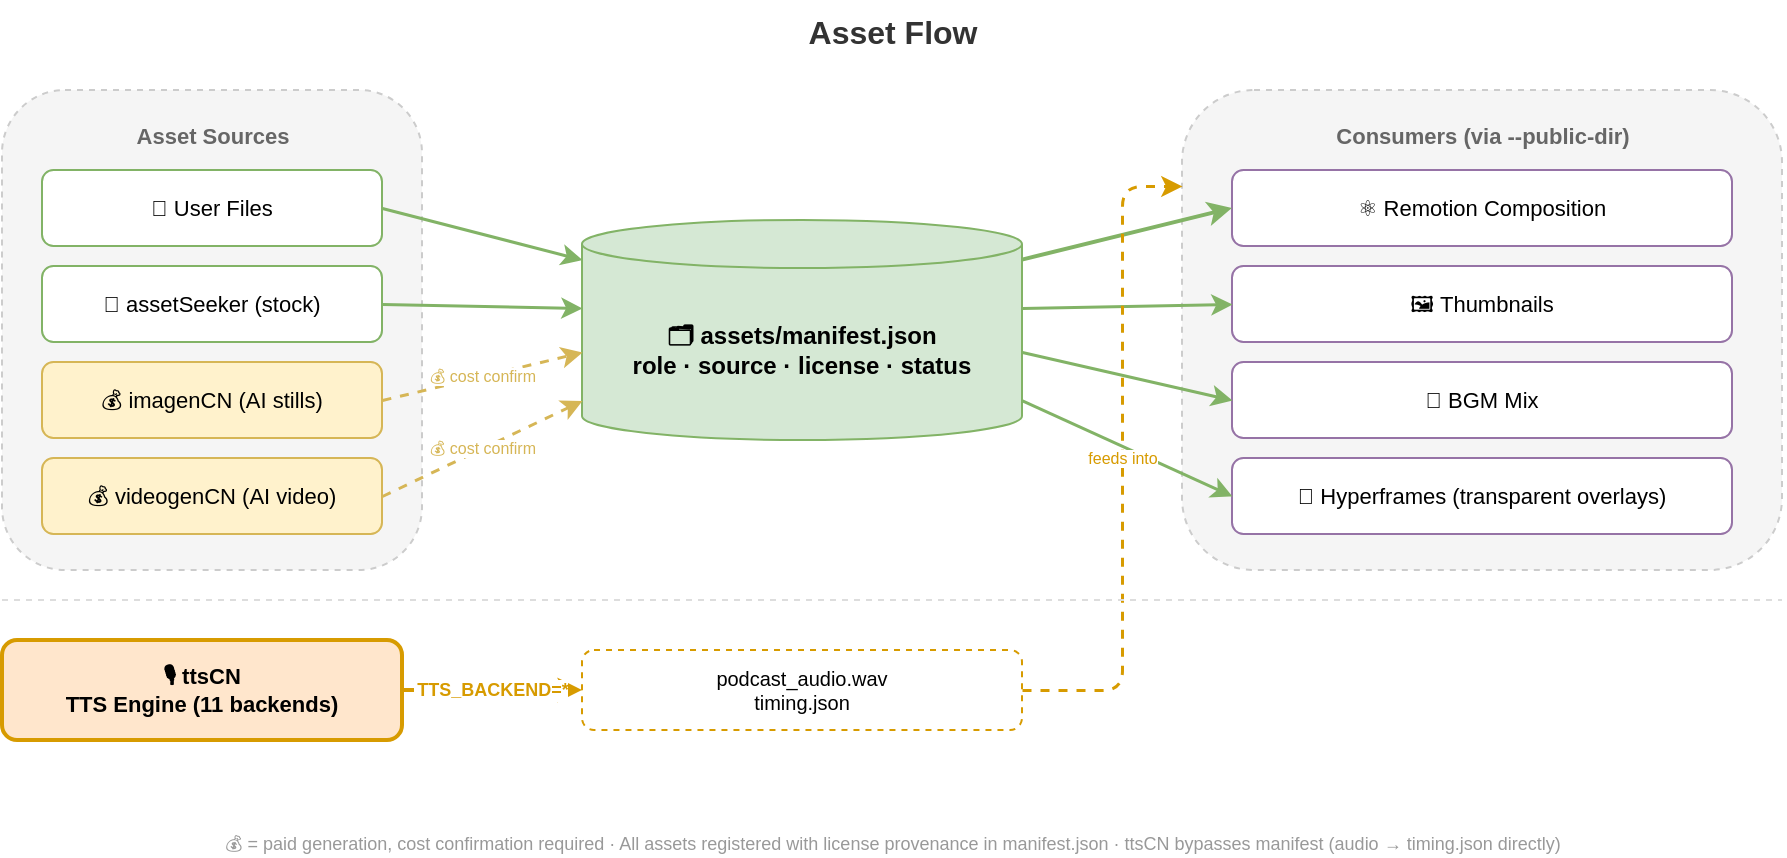
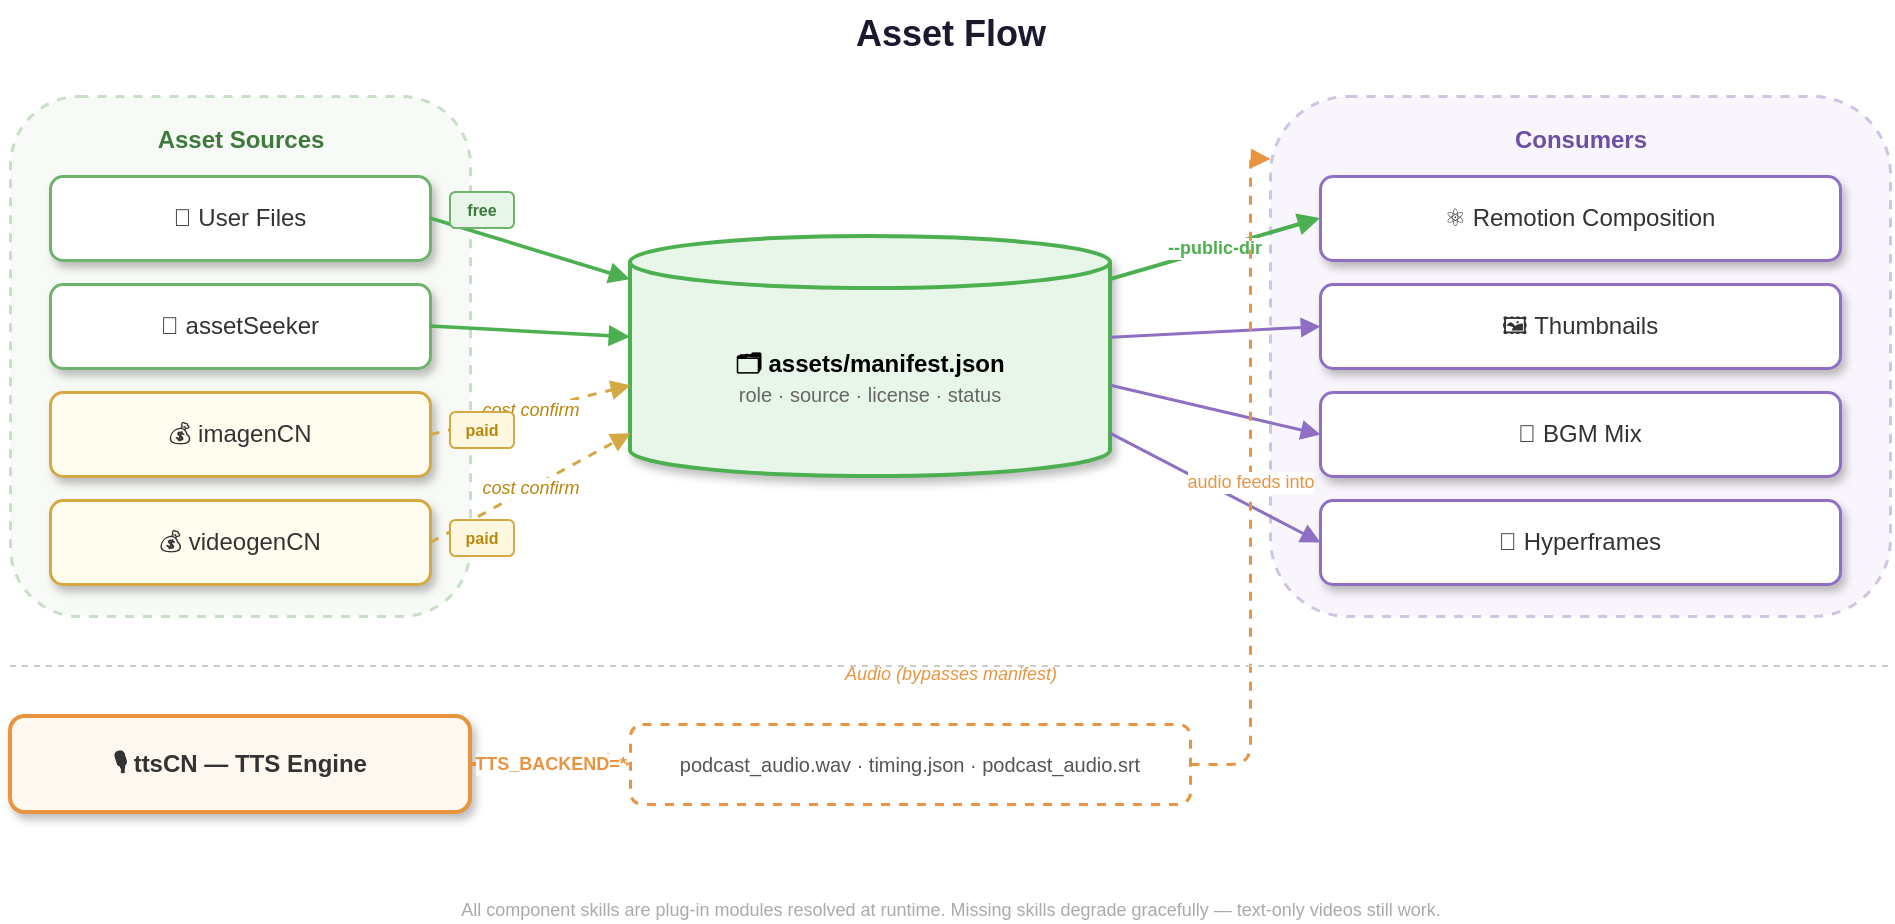
<?xml version="1.0" encoding="UTF-8"?>
<mxfile host="drawio" version="30.2.6">
  <diagram name="flow">
-     <mxGraphModel dx="950" dy="450" grid="1" gridSize="10" page="1" pageWidth="950" pageHeight="480">
+     <mxGraphModel dx="1000" dy="500" grid="1" gridSize="10" page="1" pageWidth="1000" pageHeight="540">
      <root>
        <mxCell id="0" />
        <mxCell id="1" parent="0" />

        <!-- Title -->
-         <mxCell id="title" value="Asset Flow" style="text;html=1;align=center;fontSize=16;fontStyle=1;fontColor=#333333;" vertex="1" parent="1">
-           <mxGeometry x="350" y="10" width="250" height="30" as="geometry" />
+         <mxCell id="title" value="Asset Flow" style="text;html=1;align=center;fontSize=18;fontStyle=1;fontColor=#1a1a2e;" vertex="1" parent="1">
+           <mxGeometry x="380" y="12" width="240" height="32" as="geometry" />
        </mxCell>

        <!-- ===== Column 1: Sources ===== -->
-         <mxCell id="sources_bg" value="" style="rounded=1;whiteSpace=wrap;html=1;fillColor=#f5f5f5;strokeColor=#cccccc;dashed=1;" vertex="1" parent="1">
-           <mxGeometry x="30" y="55" width="210" height="240" as="geometry" />
+         <mxCell id="sources_bg" value="" style="rounded=1;whiteSpace=wrap;html=1;fillColor=#f8faf7;strokeColor=#c7dfc5;dashed=1;strokeWidth=1.5;" vertex="1" parent="1">
+           <mxGeometry x="30" y="60" width="230" height="260" as="geometry" />
        </mxCell>
-         <mxCell id="src_label" value="Asset Sources" style="text;html=1;align=center;fontSize=11;fontStyle=1;fontColor=#666666;" vertex="1" parent="1">
-           <mxGeometry x="60" y="65" width="150" height="18" as="geometry" />
+         <mxCell id="src_label" value="Asset Sources" style="text;html=1;align=center;fontSize=12;fontStyle=1;fontColor=#3d7a3b;" vertex="1" parent="1">
+           <mxGeometry x="60" y="68" width="170" height="20" as="geometry" />
        </mxCell>

-         <mxCell id="src_user" value="📁 User Files" style="rounded=1;whiteSpace=wrap;html=1;fillColor=#ffffff;strokeColor=#82b366;fontSize=11;" vertex="1" parent="1">
-           <mxGeometry x="50" y="95" width="170" height="38" as="geometry" />
+         <mxCell id="src_user" value="📁 User Files" style="rounded=1;whiteSpace=wrap;html=1;fillColor=#ffffff;strokeColor=#6db36b;strokeWidth=1.5;fontSize=12;fontColor=#333333;shadow=1;" vertex="1" parent="1">
+           <mxGeometry x="50" y="100" width="190" height="42" as="geometry" />
        </mxCell>
-         <mxCell id="src_seeker" value="🔎 assetSeeker (stock)" style="rounded=1;whiteSpace=wrap;html=1;fillColor=#ffffff;strokeColor=#82b366;fontSize=11;" vertex="1" parent="1">
-           <mxGeometry x="50" y="143" width="170" height="38" as="geometry" />
+         <mxCell id="src_seeker" value="🔎 assetSeeker" style="rounded=1;whiteSpace=wrap;html=1;fillColor=#ffffff;strokeColor=#6db36b;strokeWidth=1.5;fontSize=12;fontColor=#333333;shadow=1;" vertex="1" parent="1">
+           <mxGeometry x="50" y="154" width="190" height="42" as="geometry" />
        </mxCell>
-         <mxCell id="src_imagen" value="💰 imagenCN (AI stills)" style="rounded=1;whiteSpace=wrap;html=1;fillColor=#fff2cc;strokeColor=#d6b656;fontSize=11;" vertex="1" parent="1">
-           <mxGeometry x="50" y="191" width="170" height="38" as="geometry" />
+         <mxCell id="src_imagen" value="💰 imagenCN" style="rounded=1;whiteSpace=wrap;html=1;fillColor=#fffdf0;strokeColor=#d4a843;strokeWidth=1.5;fontSize=12;fontColor=#333333;shadow=1;" vertex="1" parent="1">
+           <mxGeometry x="50" y="208" width="190" height="42" as="geometry" />
        </mxCell>
-         <mxCell id="src_videogen" value="💰 videogenCN (AI video)" style="rounded=1;whiteSpace=wrap;html=1;fillColor=#fff2cc;strokeColor=#d6b656;fontSize=11;" vertex="1" parent="1">
-           <mxGeometry x="50" y="239" width="170" height="38" as="geometry" />
+         <mxCell id="src_videogen" value="💰 videogenCN" style="rounded=1;whiteSpace=wrap;html=1;fillColor=#fffdf0;strokeColor=#d4a843;strokeWidth=1.5;fontSize=12;fontColor=#333333;shadow=1;" vertex="1" parent="1">
+           <mxGeometry x="50" y="262" width="190" height="42" as="geometry" />
        </mxCell>

-         <!-- ===== Column 2: Manifest ===== -->
-         <mxCell id="manifest" value="🗂️ assets/manifest.json&#xa;role · source · license · status" style="shape=cylinder3;whiteSpace=wrap;html=1;fillColor=#d5e8d4;strokeColor=#82b366;boundedLbl=1;fontStyle=1;size=12;" vertex="1" parent="1">
-           <mxGeometry x="320" y="120" width="220" height="110" as="geometry" />
+         <!-- ===== Column 2: Manifest (centerpiece) ===== -->
+         <mxCell id="manifest" value="&lt;b&gt;🗂️ assets/manifest.json&lt;/b&gt;&lt;br&gt;&lt;font style=&quot;font-size:10px&quot; color=&quot;#666666&quot;&gt;role · source · license · status&lt;/font&gt;" style="shape=cylinder3;whiteSpace=wrap;html=1;fillColor=#e8f5e9;strokeColor=#4caf50;boundedLbl=1;fontStyle=0;size=13;strokeWidth=2;shadow=1;" vertex="1" parent="1">
+           <mxGeometry x="340" y="130" width="240" height="120" as="geometry" />
        </mxCell>

        <!-- ===== Column 3: Consumers ===== -->
-         <mxCell id="cons_bg" value="" style="rounded=1;whiteSpace=wrap;html=1;fillColor=#f5f5f5;strokeColor=#cccccc;dashed=1;" vertex="1" parent="1">
-           <mxGeometry x="620" y="55" width="300" height="240" as="geometry" />
+         <mxCell id="cons_bg" value="" style="rounded=1;whiteSpace=wrap;html=1;fillColor=#f8f5fc;strokeColor=#d0c4e2;dashed=1;strokeWidth=1.5;" vertex="1" parent="1">
+           <mxGeometry x="660" y="60" width="310" height="260" as="geometry" />
        </mxCell>
-         <mxCell id="cons_label" value="Consumers (via --public-dir)" style="text;html=1;align=center;fontSize=11;fontStyle=1;fontColor=#666666;" vertex="1" parent="1">
-           <mxGeometry x="660" y="65" width="220" height="18" as="geometry" />
+         <mxCell id="cons_label" value="Consumers" style="text;html=1;align=center;fontSize=12;fontStyle=1;fontColor=#6d4fa3;" vertex="1" parent="1">
+           <mxGeometry x="730" y="68" width="170" height="20" as="geometry" />
        </mxCell>

-         <mxCell id="cons_remotion" value="⚛️ Remotion Composition" style="rounded=1;whiteSpace=wrap;html=1;fillColor=#ffffff;strokeColor=#9673a6;fontSize=11;" vertex="1" parent="1">
-           <mxGeometry x="645" y="95" width="250" height="38" as="geometry" />
+         <mxCell id="cons_remotion" value="⚛️ Remotion Composition" style="rounded=1;whiteSpace=wrap;html=1;fillColor=#ffffff;strokeColor=#8e6fc4;strokeWidth=1.5;fontSize=12;fontColor=#333333;shadow=1;" vertex="1" parent="1">
+           <mxGeometry x="685" y="100" width="260" height="42" as="geometry" />
        </mxCell>
-         <mxCell id="cons_thumb" value="🖼️ Thumbnails" style="rounded=1;whiteSpace=wrap;html=1;fillColor=#ffffff;strokeColor=#9673a6;fontSize=11;" vertex="1" parent="1">
-           <mxGeometry x="645" y="143" width="250" height="38" as="geometry" />
+         <mxCell id="cons_thumb" value="🖼️ Thumbnails" style="rounded=1;whiteSpace=wrap;html=1;fillColor=#ffffff;strokeColor=#8e6fc4;strokeWidth=1.5;fontSize=12;fontColor=#333333;shadow=1;" vertex="1" parent="1">
+           <mxGeometry x="685" y="154" width="260" height="42" as="geometry" />
        </mxCell>
-         <mxCell id="cons_bgm" value="🎵 BGM Mix" style="rounded=1;whiteSpace=wrap;html=1;fillColor=#ffffff;strokeColor=#9673a6;fontSize=11;" vertex="1" parent="1">
-           <mxGeometry x="645" y="191" width="250" height="38" as="geometry" />
+         <mxCell id="cons_bgm" value="🎵 BGM Mix" style="rounded=1;whiteSpace=wrap;html=1;fillColor=#ffffff;strokeColor=#8e6fc4;strokeWidth=1.5;fontSize=12;fontColor=#333333;shadow=1;" vertex="1" parent="1">
+           <mxGeometry x="685" y="208" width="260" height="42" as="geometry" />
        </mxCell>
-         <mxCell id="cons_overlay" value="🌈 Hyperframes (transparent overlays)" style="rounded=1;whiteSpace=wrap;html=1;fillColor=#ffffff;strokeColor=#9673a6;fontSize=11;" vertex="1" parent="1">
-           <mxGeometry x="645" y="239" width="250" height="38" as="geometry" />
+         <mxCell id="cons_overlay" value="🌈 Hyperframes" style="rounded=1;whiteSpace=wrap;html=1;fillColor=#ffffff;strokeColor=#8e6fc4;strokeWidth=1.5;fontSize=12;fontColor=#333333;shadow=1;" vertex="1" parent="1">
+           <mxGeometry x="685" y="262" width="260" height="42" as="geometry" />
        </mxCell>

-         <!-- ===== Arrows: Sources → Manifest (fan-in, straight horizontal) ===== -->
-         <mxCell id="a1" style="rounded=1;html=1;exitX=1;exitY=0.5;entryX=0;entryY=0.18;endArrow=classic;strokeWidth=1.5;strokeColor=#82b366;" edge="1" parent="1" source="src_user" target="manifest">
+         <!-- ===== Arrows: Sources → Manifest (fan-in) ===== -->
+         <mxCell id="a1" style="rounded=1;html=1;exitX=1;exitY=0.5;entryX=0;entryY=0.18;endArrow=block;endFill=1;strokeWidth=1.8;strokeColor=#4caf50;" edge="1" parent="1" source="src_user" target="manifest">
          <mxGeometry relative="1" as="geometry" />
        </mxCell>
-         <mxCell id="a2" style="rounded=1;html=1;exitX=1;exitY=0.5;entryX=0;entryY=0.4;endArrow=classic;strokeWidth=1.5;strokeColor=#82b366;" edge="1" parent="1" source="src_seeker" target="manifest">
+         <mxCell id="a2" style="rounded=1;html=1;exitX=1;exitY=0.5;entryX=0;entryY=0.42;endArrow=block;endFill=1;strokeWidth=1.8;strokeColor=#4caf50;" edge="1" parent="1" source="src_seeker" target="manifest">
          <mxGeometry relative="1" as="geometry" />
        </mxCell>
-         <mxCell id="a3" value="💰 cost confirm" style="rounded=1;html=1;exitX=1;exitY=0.5;entryX=0;entryY=0.6;endArrow=classic;strokeWidth=1.5;strokeColor=#d6b656;dashed=1;fontColor=#d6b656;labelBackgroundColor=#ffffff;fontSize=8;" edge="1" parent="1" source="src_imagen" target="manifest">
+         <mxCell id="a3" value="cost confirm" style="rounded=1;html=1;exitX=1;exitY=0.5;entryX=0;entryY=0.62;endArrow=block;endFill=1;strokeWidth=1.5;strokeColor=#d4a843;dashed=1;fontColor=#b8860b;labelBackgroundColor=#ffffff;fontSize=9;fontStyle=2;" edge="1" parent="1" source="src_imagen" target="manifest">
          <mxGeometry relative="1" as="geometry" />
        </mxCell>
-         <mxCell id="a4" value="💰 cost confirm" style="rounded=1;html=1;exitX=1;exitY=0.5;entryX=0;entryY=0.82;endArrow=classic;strokeWidth=1.5;strokeColor=#d6b656;dashed=1;fontColor=#d6b656;labelBackgroundColor=#ffffff;fontSize=8;" edge="1" parent="1" source="src_videogen" target="manifest">
+         <mxCell id="a4" value="cost confirm" style="rounded=1;html=1;exitX=1;exitY=0.5;entryX=0;entryY=0.82;endArrow=block;endFill=1;strokeWidth=1.5;strokeColor=#d4a843;dashed=1;fontColor=#b8860b;labelBackgroundColor=#ffffff;fontSize=9;fontStyle=2;" edge="1" parent="1" source="src_videogen" target="manifest">
          <mxGeometry relative="1" as="geometry" />
        </mxCell>

-         <!-- ===== Arrows: Manifest → Consumers (fan-out, straight horizontal) ===== -->
-         <mxCell id="b1" style="rounded=1;html=1;exitX=1;exitY=0.18;entryX=0;entryY=0.5;endArrow=classic;strokeWidth=2;strokeColor=#82b366;" edge="1" parent="1" source="manifest" target="cons_remotion">
+         <!-- ===== Arrows: Manifest → Consumers (fan-out) ===== -->
+         <mxCell id="b1" value="--public-dir" style="rounded=1;html=1;exitX=1;exitY=0.18;entryX=0;entryY=0.5;endArrow=block;endFill=1;strokeWidth=2;strokeColor=#4caf50;fontColor=#4caf50;labelBackgroundColor=#ffffff;fontSize=9;fontStyle=1;" edge="1" parent="1" source="manifest" target="cons_remotion">
          <mxGeometry relative="1" as="geometry" />
        </mxCell>
-         <mxCell id="b2" style="rounded=1;html=1;exitX=1;exitY=0.4;entryX=0;entryY=0.5;endArrow=classic;strokeWidth=1.5;strokeColor=#82b366;" edge="1" parent="1" source="manifest" target="cons_thumb">
+         <mxCell id="b2" style="rounded=1;html=1;exitX=1;exitY=0.42;entryX=0;entryY=0.5;endArrow=block;endFill=1;strokeWidth=1.5;strokeColor=#8e6fc4;" edge="1" parent="1" source="manifest" target="cons_thumb">
          <mxGeometry relative="1" as="geometry" />
        </mxCell>
-         <mxCell id="b3" style="rounded=1;html=1;exitX=1;exitY=0.6;entryX=0;entryY=0.5;endArrow=classic;strokeWidth=1.5;strokeColor=#82b366;" edge="1" parent="1" source="manifest" target="cons_bgm">
+         <mxCell id="b3" style="rounded=1;html=1;exitX=1;exitY=0.62;entryX=0;entryY=0.5;endArrow=block;endFill=1;strokeWidth=1.5;strokeColor=#8e6fc4;" edge="1" parent="1" source="manifest" target="cons_bgm">
          <mxGeometry relative="1" as="geometry" />
        </mxCell>
-         <mxCell id="b4" style="rounded=1;html=1;exitX=1;exitY=0.82;entryX=0;entryY=0.5;endArrow=classic;strokeWidth=1.5;strokeColor=#82b366;" edge="1" parent="1" source="manifest" target="cons_overlay">
+         <mxCell id="b4" style="rounded=1;html=1;exitX=1;exitY=0.82;entryX=0;entryY=0.5;endArrow=block;endFill=1;strokeWidth=1.5;strokeColor=#8e6fc4;" edge="1" parent="1" source="manifest" target="cons_overlay">
          <mxGeometry relative="1" as="geometry" />
        </mxCell>

-         <!-- ===== ttsCN: separate path, bypasses manifest ===== -->
-         <mxCell id="ttscn" value="🎙️ ttsCN&#xa;TTS Engine (11 backends)" style="rounded=1;whiteSpace=wrap;html=1;fillColor=#ffe6cc;strokeColor=#d79b00;strokeWidth=2;fontStyle=1;fontSize=11;" vertex="1" parent="1">
-           <mxGeometry x="30" y="330" width="200" height="50" as="geometry" />
+         <!-- ===== ttsCN: separate path below divider ===== -->
+         <mxCell id="ttscn" value="🎙️ ttsCN — TTS Engine" style="rounded=1;whiteSpace=wrap;html=1;fillColor=#fff8f0;strokeColor=#e89440;strokeWidth=2;fontStyle=1;fontSize=12;fontColor=#333333;shadow=1;" vertex="1" parent="1">
+           <mxGeometry x="30" y="370" width="230" height="48" as="geometry" />
        </mxCell>

-         <mxCell id="audio_out" value="podcast_audio.wav&#xa;timing.json" style="rounded=1;whiteSpace=wrap;html=1;fillColor=#ffffff;strokeColor=#d79b00;fontSize=10;dashed=1;" vertex="1" parent="1">
-           <mxGeometry x="320" y="335" width="220" height="40" as="geometry" />
+         <mxCell id="audio_out" value="podcast_audio.wav  ·  timing.json  ·  podcast_audio.srt" style="rounded=1;whiteSpace=wrap;html=1;fillColor=#ffffff;strokeColor=#e89440;strokeWidth=1.5;fontSize=10;fontColor=#555555;dashed=1;" vertex="1" parent="1">
+           <mxGeometry x="340" y="374" width="280" height="40" as="geometry" />
        </mxCell>

-         <mxCell id="bypass_arrow1" value="TTS_BACKEND=*" style="rounded=1;html=1;exitX=1;exitY=0.5;entryX=0;entryY=0.5;endArrow=classic;strokeWidth=2;strokeColor=#d79b00;dashed=1;fontColor=#d79b00;labelBackgroundColor=#ffffff;fontSize=9;fontStyle=1;" edge="1" parent="1" source="ttscn" target="audio_out">
+         <mxCell id="bypass_arrow1" value="TTS_BACKEND=*" style="rounded=1;html=1;exitX=1;exitY=0.5;entryX=0;entryY=0.5;endArrow=block;endFill=1;strokeWidth=2;strokeColor=#e89440;dashed=1;fontColor=#e89440;labelBackgroundColor=#ffffff;fontSize=9;fontStyle=1;" edge="1" parent="1" source="ttscn" target="audio_out">
          <mxGeometry relative="1" as="geometry" />
        </mxCell>

-         <!-- audio → Remotion (connects to consumer column) -->
-         <mxCell id="bypass_arrow2" value="feeds into" style="rounded=1;html=1;exitX=1;exitY=0.5;entryX=0;entryY=0.2;endArrow=classic;strokeWidth=1.5;strokeColor=#d79b00;dashed=1;fontColor=#d79b00;labelBackgroundColor=#ffffff;fontSize=8;" edge="1" parent="1" source="audio_out" target="cons_bg">
+         <mxCell id="bypass_arrow2" value="audio feeds into" style="rounded=1;html=1;exitX=1;exitY=0.5;entryX=0;entryY=0.12;endArrow=block;endFill=1;strokeWidth=1.5;strokeColor=#e89440;dashed=1;fontColor=#e89440;labelBackgroundColor=#ffffff;fontSize=9;" edge="1" parent="1" source="audio_out" target="cons_bg">
          <mxGeometry relative="1" as="geometry">
            <Array as="points">
-               <mxPoint x="590" y="355" />
-               <mxPoint x="590" y="103" />
+               <mxPoint x="650" y="394" />
+               <mxPoint x="650" y="91" />
            </Array>
          </mxGeometry>
        </mxCell>

-         <!-- Divider line between asset flow and audio path -->
-         <mxCell id="divider" value="" style="endArrow=none;html=1;strokeWidth=1;strokeColor=#dddddd;dashed=1;" edge="1" parent="1">
+         <!-- Divider -->
+         <mxCell id="divider" value="" style="endArrow=none;html=1;strokeWidth=1;strokeColor=#cccccc;dashed=1;" edge="1" parent="1">
          <mxGeometry width="50" height="50" relative="1" as="geometry">
-             <mxPoint x="30" y="310" as="sourcePoint" />
-             <mxPoint x="920" y="310" as="targetPoint" />
+             <mxPoint x="30" y="345" as="sourcePoint" />
+             <mxPoint x="970" y="345" as="targetPoint" />
          </mxGeometry>
+         </mxCell>
+         <mxCell id="divider_label" value="Audio (bypasses manifest)" style="text;html=1;align=center;fontSize=9;fontColor=#e89440;fontStyle=2;" vertex="1" parent="1">
+           <mxGeometry x="400" y="337" width="200" height="16" as="geometry" />
+         </mxCell>
+ 
+         <!-- Source type labels -->
+         <mxCell id="tag_free" value="free" style="rounded=1;whiteSpace=wrap;html=1;fillColor=#e8f5e9;strokeColor=#6db36b;fontSize=8;fontColor=#3d7a3b;fontStyle=1;" vertex="1" parent="1">
+           <mxGeometry x="250" y="108" width="32" height="18" as="geometry" />
+         </mxCell>
+         <mxCell id="tag_paid1" value="paid" style="rounded=1;whiteSpace=wrap;html=1;fillColor=#fff8e1;strokeColor=#d4a843;fontSize=8;fontColor=#b8860b;fontStyle=1;" vertex="1" parent="1">
+           <mxGeometry x="250" y="218" width="32" height="18" as="geometry" />
+         </mxCell>
+         <mxCell id="tag_paid2" value="paid" style="rounded=1;whiteSpace=wrap;html=1;fillColor=#fff8e1;strokeColor=#d4a843;fontSize=8;fontColor=#b8860b;fontStyle=1;" vertex="1" parent="1">
+           <mxGeometry x="250" y="272" width="32" height="18" as="geometry" />
        </mxCell>

        <!-- Footer -->
-         <mxCell id="footer" value="💰 = paid generation, cost confirmation required · All assets registered with license provenance in manifest.json · ttsCN bypasses manifest (audio → timing.json directly)" style="text;html=1;align=center;fontSize=9;fontColor=#999999;" vertex="1" parent="1">
-           <mxGeometry x="80" y="420" width="790" height="18" as="geometry" />
+         <mxCell id="footer" value="All component skills are plug-in modules resolved at runtime. Missing skills degrade gracefully — text-only videos still work." style="text;html=1;align=center;fontSize=9;fontColor=#aaaaaa;" vertex="1" parent="1">
+           <mxGeometry x="180" y="455" width="640" height="18" as="geometry" />
        </mxCell>
      </root>
    </mxGraphModel>
  </diagram>
</mxfile>
